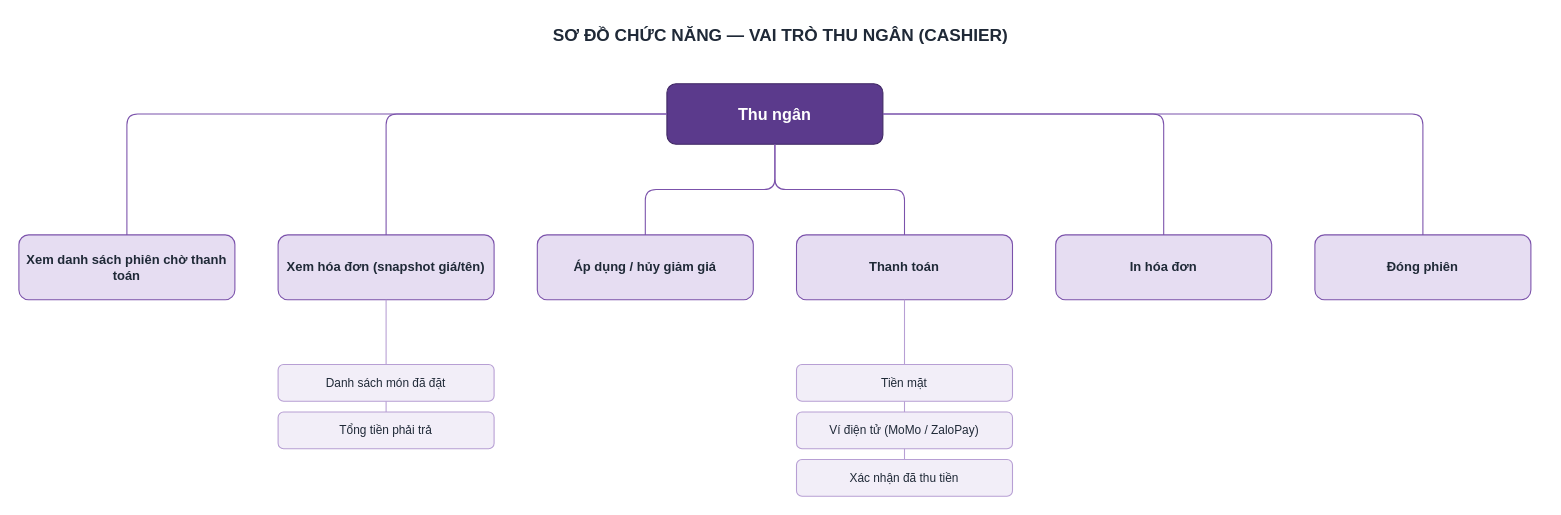
This is docs/diagrams/chuc-nang-thu-ngan.drawio from thanhhoa3514/restaurant-management, a draw.io file, before an edit. Source tidied: cells renumbered, new cells numbered last; positions are measured from the earlier drawing's top-left corner, leaving out a move shared by most shapes. Both pictures are drawn from the tidied source at 108%, with x=0, y=0 at pixel (18, 18).
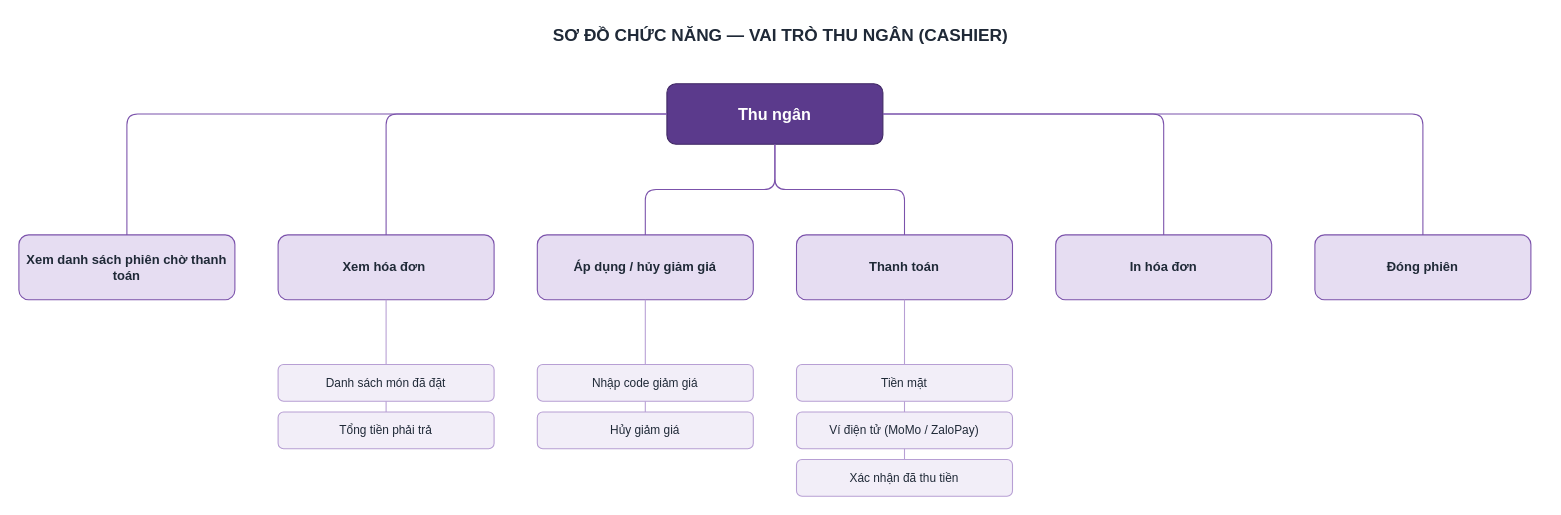
The same page after the edit.

The change refers to these unchanged cells:
```xml
<mxCell id="6" value="Áp dụng / hủy giảm giá" style="rounded=1;whiteSpace=wrap;html=1;fillColor=#E6DDF2;strokeColor=#7B52AB;fontColor=#1F2937;fontSize=12;fontStyle=1;" parent="1" vertex="1">
  <mxGeometry x="480" y="200" width="200" height="60" as="geometry" />
</mxCell>
```

The edit, as a diff of the source:
```diff
@@
-    <mxCell id="5" value="Xem hóa đơn (snapshot giá/tên)" style="rounded=1;whiteSpace=wrap;html=1;fillColor=#E6DDF2;strokeColor=#7B52AB;fontColor=#1F2937;fontSize=12;fontStyle=1;" parent="1" vertex="1">
+    <mxCell id="5" value="Xem hóa đơn&amp;nbsp;" style="rounded=1;whiteSpace=wrap;html=1;fillColor=#E6DDF2;strokeColor=#7B52AB;fontColor=#1F2937;fontSize=12;fontStyle=1;" parent="1" vertex="1">
       <mxGeometry x="240" y="200" width="200" height="60" as="geometry" />
     </mxCell>
@@
+    <mxCell id="26" value="Nhập code giảm giá" style="rounded=1;whiteSpace=wrap;html=1;fillColor=#F2EEF8;strokeColor=#B79FD4;fontColor=#1F2937;fontSize=11;" parent="1" vertex="1">
+      <mxGeometry x="480" y="320" width="200" height="34" as="geometry" />
+    </mxCell>
+    <mxCell id="27" value="Hủy giảm giá" style="rounded=1;whiteSpace=wrap;html=1;fillColor=#F2EEF8;strokeColor=#B79FD4;fontColor=#1F2937;fontSize=11;" parent="1" vertex="1">
+      <mxGeometry x="480" y="364" width="200" height="34" as="geometry" />
+    </mxCell>
@@
+    <mxCell id="28" style="edgeStyle=orthogonalEdgeStyle;rounded=1;html=1;endArrow=none;strokeColor=#B79FD4;" parent="1" edge="1" source="6" target="26">
+      <mxGeometry relative="1" as="geometry" />
+    </mxCell>
+    <mxCell id="29" style="edgeStyle=orthogonalEdgeStyle;rounded=1;html=1;endArrow=none;strokeColor=#B79FD4;" parent="1" edge="1" source="26" target="27">
+      <mxGeometry relative="1" as="geometry" />
+    </mxCell>
```
